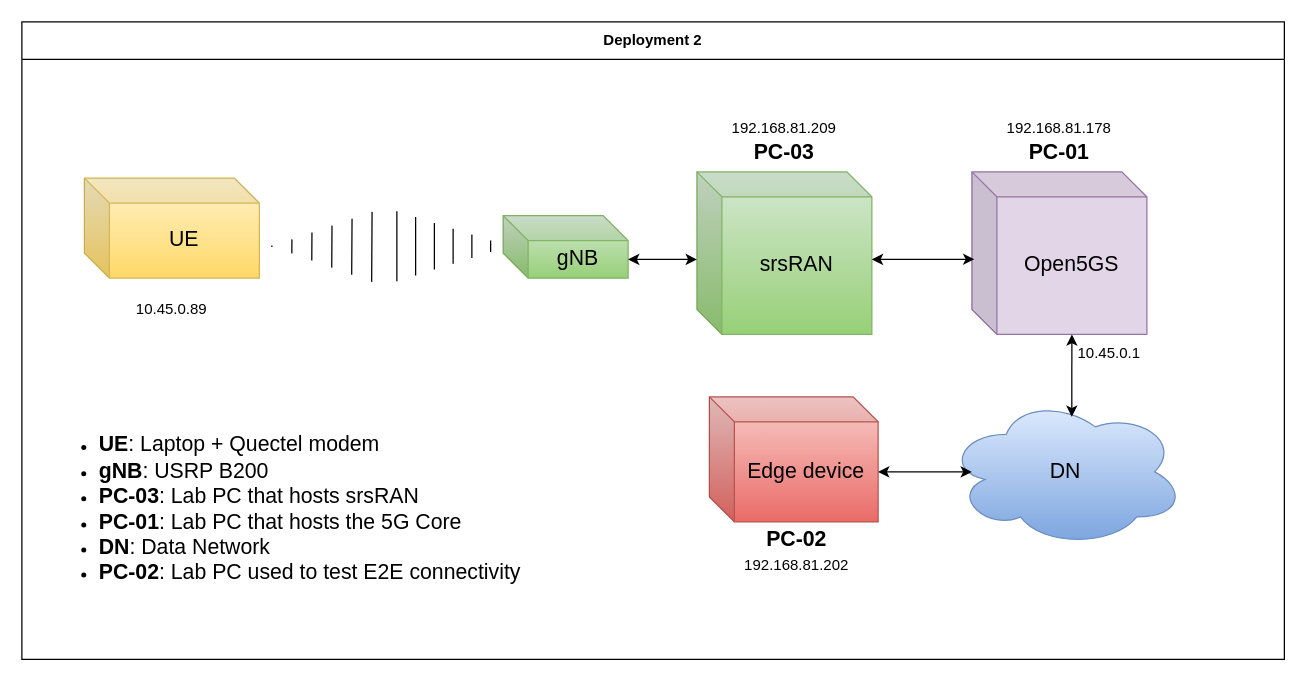
BrunoGomes22/MECT-Thesis keeps this draw.io diagram as Network_Topologies/Deployment2.drawio. Above is the earlier version. Source tidied: cells renumbered, new cells numbered last; positions are measured from the earlier drawing's top-left corner, leaving out a move shared by most shapes. Both pictures are drawn from the tidied source at 125%, with x=0, y=0 at pixel (21, 21).
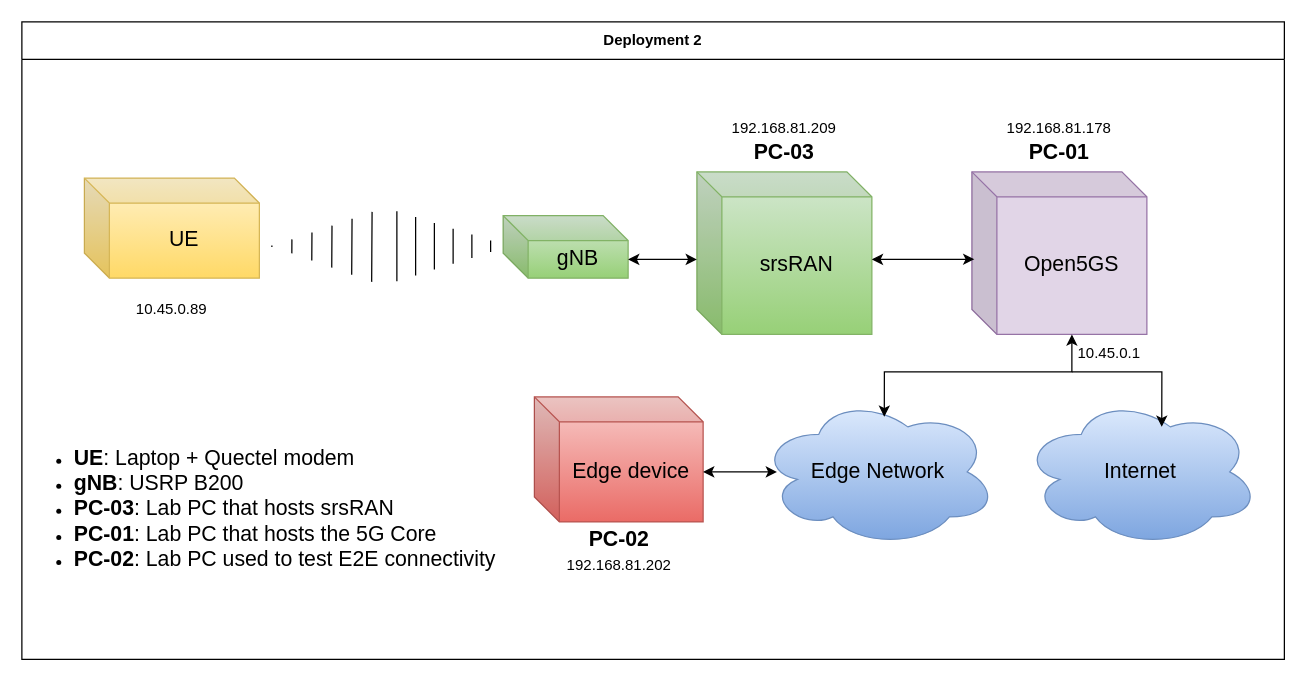
The same page after the edit.

Commit message (it also covers changes not shown here):
updated network topologies

The change refers to these unchanged cells:
```xml
<mxCell id="2" value="Deployment 2" style="swimlane;whiteSpace=wrap;html=1;swimlaneFillColor=#FFFFFF;gradientDirection=south;strokeColor=#000000;startSize=30;" parent="1" vertex="1">
  <mxGeometry width="1010" height="510" as="geometry" />
</mxCell>
<mxCell id="4" value="&lt;font style=&quot;font-size: 17px;&quot;&gt;Open5GS&lt;/font&gt;" style="shape=cube;whiteSpace=wrap;html=1;boundedLbl=1;backgroundOutline=1;darkOpacity=0.05;darkOpacity2=0.1;fillColor=#e1d5e7;strokeColor=#9673a6;" parent="2" vertex="1">
  <mxGeometry x="760" y="120" width="140" height="130" as="geometry" />
</mxCell>
```

Change to the diagram source:
```diff
@@
-    <mxCell id="3" value="&lt;div align=&quot;left&quot;&gt;&lt;ul&gt;&lt;li&gt;&lt;font style=&quot;font-size: 17px;&quot;&gt;&lt;b&gt;UE&lt;/b&gt;: Laptop + Quectel modem&lt;/font&gt;&lt;/li&gt;&lt;li&gt;&lt;font style=&quot;font-size: 17px;&quot;&gt;&lt;b&gt;gNB&lt;/b&gt;: USRP B200&lt;/font&gt;&lt;/li&gt;&lt;li&gt;&lt;font style=&quot;font-size: 17px;&quot;&gt;&lt;b&gt;PC-03&lt;/b&gt;: Lab PC that hosts srsRAN&lt;/font&gt;&lt;/li&gt;&lt;li&gt;&lt;font style=&quot;font-size: 17px;&quot;&gt;&lt;b&gt;PC-01&lt;/b&gt;: Lab PC that hosts the 5G Core&lt;/font&gt;&lt;/li&gt;&lt;li&gt;&lt;font style=&quot;font-size: 17px;&quot;&gt;&lt;b&gt;DN&lt;/b&gt;: Data Network&lt;/font&gt;&lt;/li&gt;&lt;li&gt;&lt;font style=&quot;font-size: 17px;&quot;&gt;&lt;b&gt;PC-02&lt;/b&gt;: Lab PC used to test E2E connectivity&lt;/font&gt;&lt;/li&gt;&lt;/ul&gt;&lt;/div&gt;" style="text;html=1;whiteSpace=wrap;strokeColor=none;fillColor=none;align=left;verticalAlign=middle;rounded=0;" parent="2" vertex="1">
-      <mxGeometry x="20" y="290" width="455" height="200" as="geometry" />
+    <mxCell id="3" value="&lt;div align=&quot;left&quot;&gt;&lt;ul&gt;&lt;li&gt;&lt;font style=&quot;font-size: 17px;&quot;&gt;&lt;b&gt;UE&lt;/b&gt;: Laptop + Quectel modem&lt;/font&gt;&lt;/li&gt;&lt;li&gt;&lt;font style=&quot;font-size: 17px;&quot;&gt;&lt;b&gt;gNB&lt;/b&gt;: USRP B200&lt;/font&gt;&lt;/li&gt;&lt;li&gt;&lt;font style=&quot;font-size: 17px;&quot;&gt;&lt;b&gt;PC-03&lt;/b&gt;: Lab PC that hosts srsRAN&lt;/font&gt;&lt;/li&gt;&lt;li&gt;&lt;font style=&quot;font-size: 17px;&quot;&gt;&lt;b&gt;PC-01&lt;/b&gt;: Lab PC that hosts the 5G Core&lt;/font&gt;&lt;/li&gt;&lt;li&gt;&lt;font style=&quot;font-size: 17px;&quot;&gt;&lt;b&gt;PC-02&lt;/b&gt;: Lab PC used to test E2E connectivity&lt;/font&gt;&lt;/li&gt;&lt;/ul&gt;&lt;/div&gt;" style="text;html=1;whiteSpace=wrap;strokeColor=none;fillColor=none;align=left;verticalAlign=middle;rounded=0;" parent="2" vertex="1">
+      <mxGeometry y="290" width="400" height="200" as="geometry" />
     </mxCell>
@@
-    <mxCell id="5" value="&lt;font style=&quot;font-size: 17px;&quot;&gt;DN&lt;/font&gt;" style="ellipse;shape=cloud;whiteSpace=wrap;html=1;fillColor=#dae8fc;strokeColor=#6c8ebf;gradientColor=#7ea6e0;" parent="2" vertex="1">
-      <mxGeometry x="740" y="300" width="190" height="120" as="geometry" />
+    <mxCell id="5" value="&lt;font style=&quot;font-size: 17px;&quot;&gt;Edge Network&lt;/font&gt;" style="ellipse;shape=cloud;whiteSpace=wrap;html=1;fillColor=#dae8fc;strokeColor=#6c8ebf;gradientColor=#7ea6e0;" parent="2" vertex="1">
+      <mxGeometry x="590" y="300" width="190" height="120" as="geometry" />
     </mxCell>
@@
     <mxCell id="7" value="&lt;font style=&quot;font-size: 17px;&quot;&gt;Edge device&lt;/font&gt;" style="shape=cube;whiteSpace=wrap;html=1;boundedLbl=1;backgroundOutline=1;darkOpacity=0.05;darkOpacity2=0.1;fillColor=#f8cecc;gradientColor=#ea6b66;strokeColor=#b85450;" parent="2" vertex="1">
-      <mxGeometry x="550" y="300" width="135" height="100" as="geometry" />
+      <mxGeometry x="410" y="300" width="135" height="100" as="geometry" />
     </mxCell>
     <mxCell id="8" value="192.168.81.202" style="text;html=1;whiteSpace=wrap;strokeColor=none;fillColor=none;align=center;verticalAlign=middle;rounded=0;" parent="2" vertex="1">
-      <mxGeometry x="565" y="420" width="110" height="30" as="geometry" />
+      <mxGeometry x="422.5" y="420" width="110" height="30" as="geometry" />
     </mxCell>
     <mxCell id="9" value="&lt;font style=&quot;font-size: 17px;&quot;&gt;&lt;b&gt;&lt;font&gt;PC-02&lt;/font&gt;&lt;/b&gt;&lt;/font&gt;" style="text;html=1;whiteSpace=wrap;strokeColor=none;fillColor=none;align=center;verticalAlign=middle;rounded=0;" parent="2" vertex="1">
-      <mxGeometry x="590" y="400" width="60" height="30" as="geometry" />
+      <mxGeometry x="447.5" y="400" width="60" height="30" as="geometry" />
     </mxCell>
@@
     <mxCell id="12" style="endArrow=classic;startArrow=classic;html=1;rounded=0;entryX=0;entryY=0;entryDx=80;entryDy=130;entryPerimeter=0;exitX=0.526;exitY=0.133;exitDx=0;exitDy=0;exitPerimeter=0;" parent="2" edge="1" source="5" target="4">
-      <mxGeometry relative="1" as="geometry" />
+      <mxGeometry relative="1" as="geometry">
+        <Array as="points">
+          <mxPoint x="690" y="280" />
+          <mxPoint x="840" y="280" />
+        </Array>
+      </mxGeometry>
     </mxCell>
-    <mxCell id="13" style="endArrow=classic;startArrow=classic;html=1;rounded=0;entryX=0;entryY=0;entryDx=135;entryDy=60;entryPerimeter=0;" parent="2" edge="1" target="7">
-      <mxGeometry relative="1" as="geometry">
-        <mxPoint x="760" y="360" as="sourcePoint" />
-      </mxGeometry>
+    <mxCell id="13" style="endArrow=classic;startArrow=classic;html=1;rounded=0;entryX=0;entryY=0;entryDx=135;entryDy=60;entryPerimeter=0;exitX=0.074;exitY=0.5;exitDx=0;exitDy=0;exitPerimeter=0;" parent="2" edge="1" source="5" target="7">
+      <mxGeometry relative="1" as="geometry" />
     </mxCell>
@@
+    <mxCell id="24" value="&lt;font style=&quot;font-size: 17px;&quot;&gt;Internet&lt;/font&gt;" style="ellipse;shape=cloud;whiteSpace=wrap;html=1;fillColor=#dae8fc;strokeColor=#6c8ebf;gradientColor=#7ea6e0;" parent="2" vertex="1">
+      <mxGeometry x="800" y="300" width="190" height="120" as="geometry" />
+    </mxCell>
+    <mxCell id="25" style="endArrow=classic;html=1;rounded=0;entryX=0.589;entryY=0.2;entryDx=0;entryDy=0;entryPerimeter=0;" parent="2" edge="1" target="24">
+      <mxGeometry relative="1" as="geometry">
+        <mxPoint x="840" y="280" as="sourcePoint" />
+        <Array as="points">
+          <mxPoint x="912" y="280" />
+        </Array>
+      </mxGeometry>
+    </mxCell>
```
